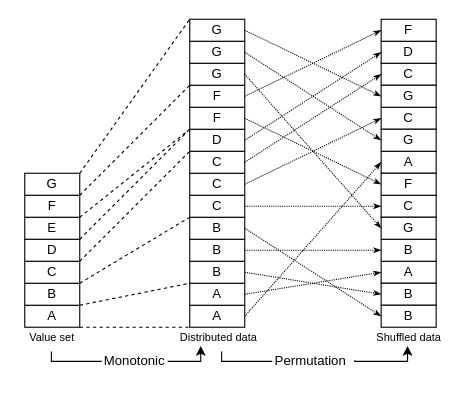
davidsusu/holodb-tdk keeps this draw.io diagram as dolgozat-2024/src/diagram/distribution.drawio. Above is the earlier version. Source tidied: cells renumbered, new cells numbered last; positions are measured from the earlier drawing's top-left corner, leaving out a move shared by most shapes. Both pictures are drawn from the tidied source at 110%, with x=0, y=0 at pixel (19, 19).
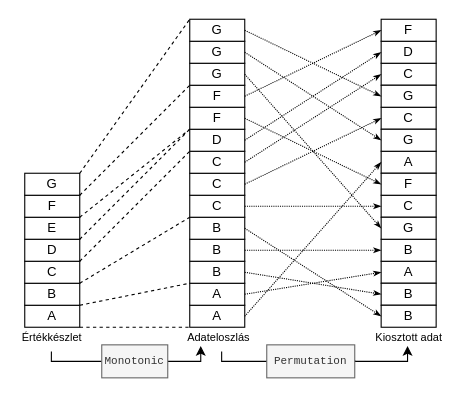
Above is the later version.

Diff of the diagram source:
```diff
@@
-    <mxCell id="38" value="Monotonic" style="text;html=1;strokeColor=none;fillColor=none;align=center;verticalAlign=middle;whiteSpace=wrap;rounded=0;" parent="1" vertex="1">
-      <mxGeometry x="75" y="296" width="60" height="30" as="geometry" />
-    </mxCell>
-    <mxCell id="39" value="Permutation" style="text;html=1;strokeColor=none;fillColor=none;align=center;verticalAlign=middle;whiteSpace=wrap;rounded=0;" parent="1" vertex="1">
-      <mxGeometry x="235" y="296" width="60" height="30" as="geometry" />
-    </mxCell>
@@
-    <mxCell id="62" value="Value set" style="text;html=1;strokeColor=none;fillColor=none;align=center;verticalAlign=middle;whiteSpace=wrap;rounded=0;fontSize=10;" parent="1" vertex="1">
+    <mxCell id="62" value="Értékkészlet" style="text;html=1;strokeColor=none;fillColor=none;align=center;verticalAlign=middle;whiteSpace=wrap;rounded=0;fontSize=10;" parent="1" vertex="1">
       <mxGeometry y="274" width="60" height="30" as="geometry" />
     </mxCell>
-    <mxCell id="63" value="Distributed data" style="text;html=1;strokeColor=none;fillColor=none;align=center;verticalAlign=middle;whiteSpace=wrap;rounded=0;fontSize=10;" parent="1" vertex="1">
+    <mxCell id="63" value="Adateloszlás" style="text;html=1;strokeColor=none;fillColor=none;align=center;verticalAlign=middle;whiteSpace=wrap;rounded=0;fontSize=10;" parent="1" vertex="1">
       <mxGeometry x="144" y="274" width="75" height="30" as="geometry" />
     </mxCell>
-    <mxCell id="64" value="Shuffled data" style="text;html=1;strokeColor=none;fillColor=none;align=center;verticalAlign=middle;whiteSpace=wrap;rounded=0;fontSize=10;" parent="1" vertex="1">
+    <mxCell id="64" value="Kiosztott adat" style="text;html=1;strokeColor=none;fillColor=none;align=center;verticalAlign=middle;whiteSpace=wrap;rounded=0;fontSize=10;" parent="1" vertex="1">
       <mxGeometry x="317" y="274" width="75" height="30" as="geometry" />
     </mxCell>
@@
+    <mxCell id="38" value="Monotonic" style="text;html=1;strokeColor=#666666;fillColor=#f5f5f5;align=center;verticalAlign=middle;whiteSpace=wrap;rounded=0;fontFamily=Courier New;fontSize=10;fontColor=#333333;" parent="1" vertex="1">
+      <mxGeometry x="75" y="296" width="60" height="30" as="geometry" />
+    </mxCell>
+    <mxCell id="39" value="Permutation" style="text;html=1;strokeColor=#666666;fillColor=#f5f5f5;align=center;verticalAlign=middle;whiteSpace=wrap;rounded=0;fontFamily=Courier New;fontSize=10;fontColor=#333333;" parent="1" vertex="1">
+      <mxGeometry x="225" y="296" width="80" height="30" as="geometry" />
+    </mxCell>
```
